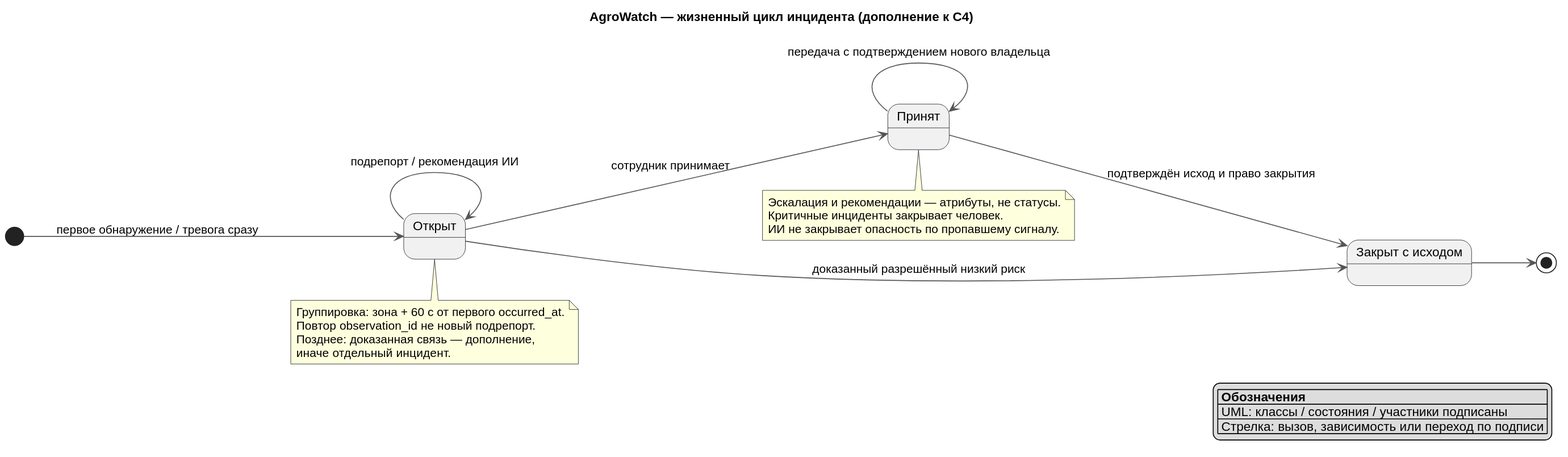
Before: Task3/diagrams/c4-incident.svg, a diagram exported from PlantUML (rozhkovsvyat/MSA-AgroTech).
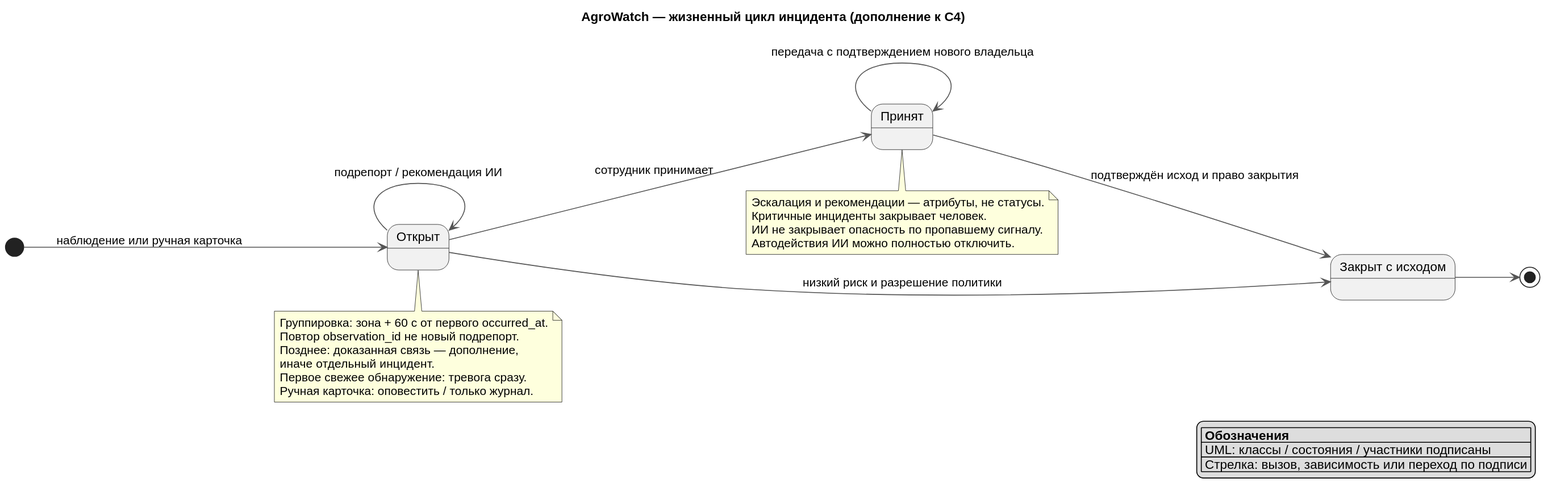
After the commit.

The edit, as a diff of the source:
```diff
@@ -14,23 +14,26 @@
 state "Открыт" as Open
 state "Принят" as Accepted
 state "Закрыт с исходом" as Closed
-[*] --> Open : первое обнаружение / тревога сразу
+[*] --> Open : наблюдение или ручная карточка
 Open --> Open : подрепорт / рекомендация ИИ
 Open --> Accepted : сотрудник принимает
 Accepted --> Accepted : передача с подтверждением нового владельца
 Accepted --> Closed : подтверждён исход и право закрытия
-Open --> Closed : доказанный разрешённый низкий риск
+Open --> Closed : низкий риск и разрешение политики
 Closed --> [*]
 note bottom of Open
 Группировка: зона + 60 с от первого occurred_at.
 Повтор observation_id не новый подрепорт.
 Позднее: доказанная связь — дополнение,
 иначе отдельный инцидент.
+Первое свежее обнаружение: тревога сразу.
+Ручная карточка: оповестить / только журнал.
 end note
 note bottom of Accepted
 Эскалация и рекомендации — атрибуты, не статусы.
 Критичные инциденты закрывает человек.
 ИИ не закрывает опасность по пропавшему сигналу.
+Автодействия ИИ можно полностью отключить.
 end note
 
 legend right
```
